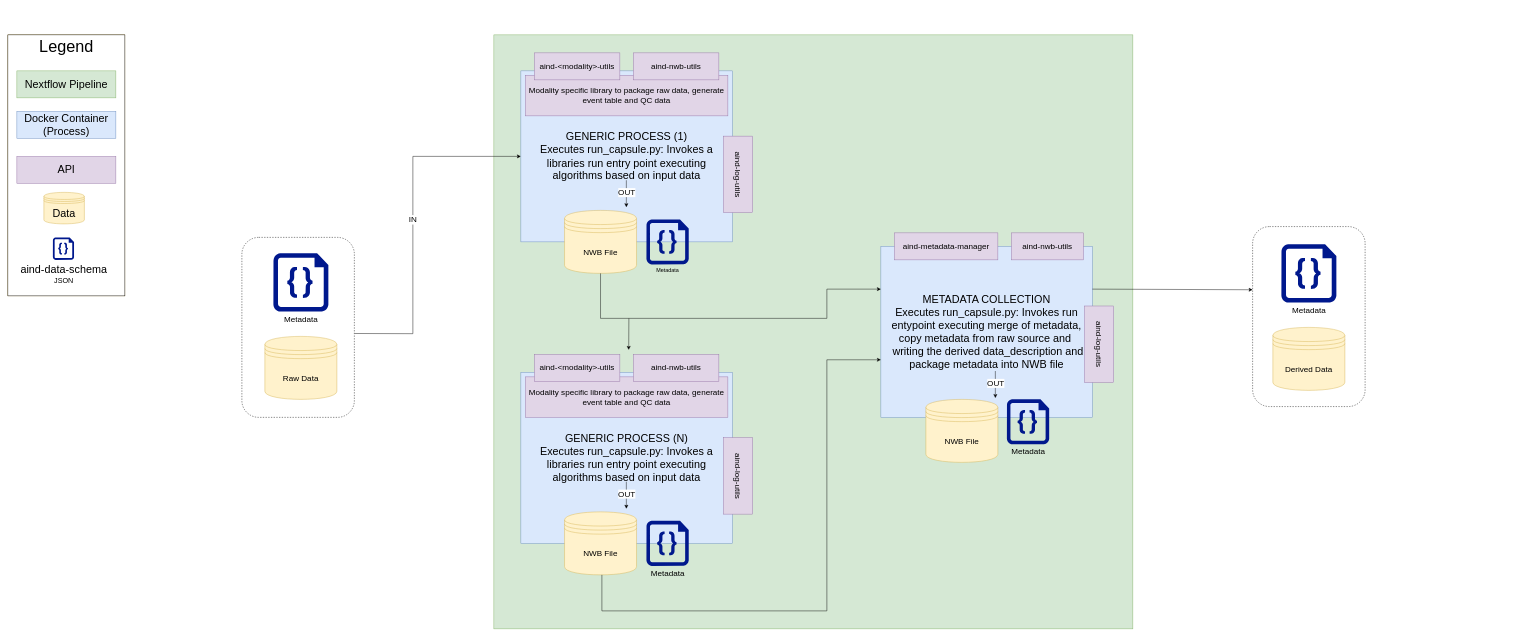
This is diagrams/mid_level/pipeline.drawio from AllenNeuralDynamics/aind-software-docs, a draw.io file, before an edit. Source tidied: cells renumbered, new cells numbered last; positions are measured from the earlier drawing's top-left corner, leaving out a move shared by most shapes. Both pictures are drawn from the tidied source at 45%, with x=0, y=0 at pixel (8, 35).
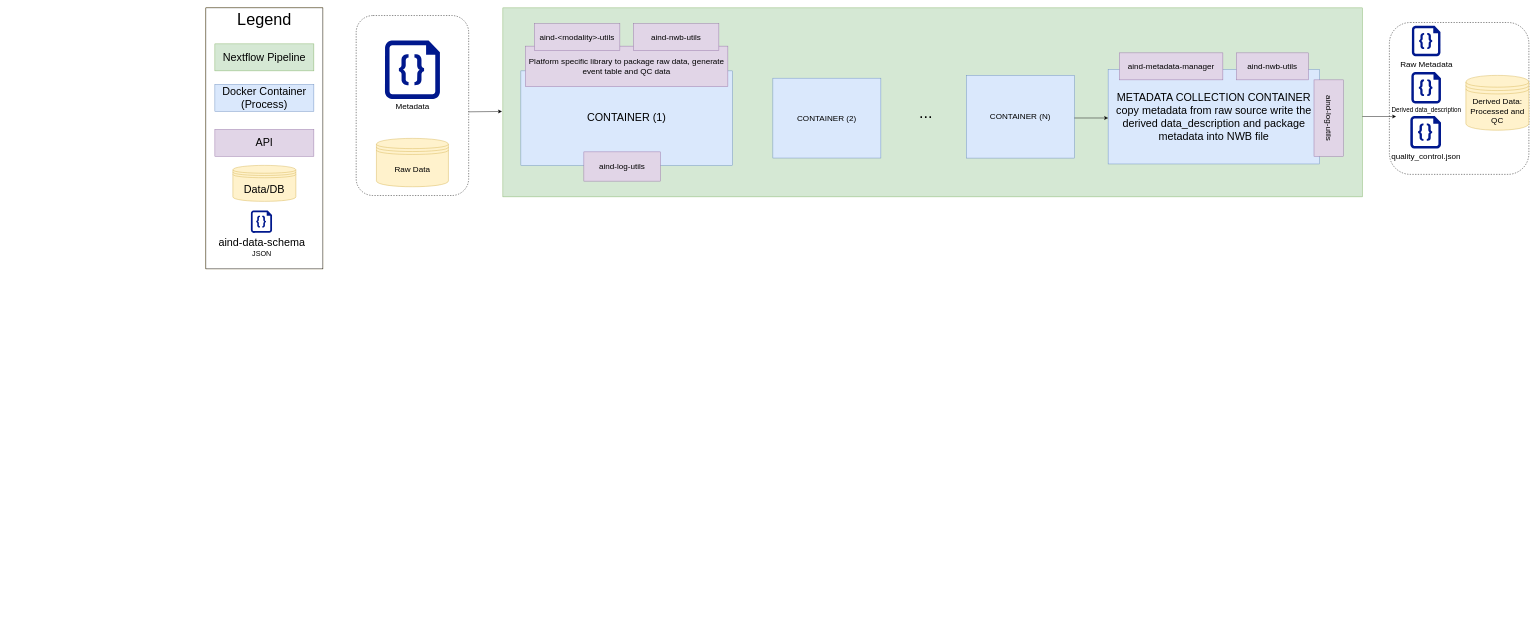
The same diagram, later.

Commit message (it also covers changes not shown here):
fix: outline metadata files and make pipeline linear

What changed in the source:
```diff
@@
+    <mxCell id="29" style="rounded=1;whiteSpace=wrap;html=1;fillColor=none;dashed=1;" parent="1" vertex="1">
+      <mxGeometry x="3070" y="-27.5" width="310" height="337.5" as="geometry" />
+    </mxCell>
     <mxCell id="2" style="rounded=0;whiteSpace=wrap;html=1;fillColor=#d5e8d4;strokeColor=#82b366;" parent="1" vertex="1">
-      <mxGeometry x="1080" width="1420" height="1320" as="geometry" />
+      <mxGeometry x="1100" y="-60" width="1910" height="420" as="geometry" />
     </mxCell>
-    <mxCell id="3" value="&lt;font style=&quot;font-size: 18px;&quot;&gt;IN&lt;/font&gt;" style="endArrow=classic;html=1;rounded=0;exitX=1.003;exitY=0.534;exitDx=0;exitDy=0;exitPerimeter=0;entryX=0;entryY=0.5;entryDx=0;entryDy=0;" parent="1" edge="1" source="26" target="5">
-      <mxGeometry relative="1" as="geometry">
-        <Array as="points">
-          <mxPoint x="900" y="664" />
-          <mxPoint x="900" y="270" />
-        </Array>
-      </mxGeometry>
-    </mxCell>
-    <mxCell id="4" style="group;" parent="1" vertex="1">
-      <mxGeometry x="1140" y="40" width="515" height="490" as="geometry" />
-    </mxCell>
-    <mxCell id="5" value="&lt;div&gt;&lt;font style=&quot;font-size: 24px;&quot;&gt;GENERIC PROCESS (1)&lt;/font&gt;&lt;/div&gt;&lt;font style=&quot;font-size: 24px;&quot;&gt;Executes run_capsule.py: Invokes a libraries run entry point executing algorithms based on input data&lt;/font&gt;" style="rounded=0;whiteSpace=wrap;html=1;fillColor=#dae8fc;strokeColor=#6c8ebf;" parent="4" vertex="1">
-      <mxGeometry y="40" width="470" height="380" as="geometry" />
-    </mxCell>
-    <mxCell id="6" value="&lt;font style=&quot;font-size: 18px;&quot;&gt;Modality specific library to package raw data, generate event table and QC data&lt;/font&gt;" style="rounded=0;whiteSpace=wrap;html=1;fillColor=#e1d5e7;strokeColor=#9673a6;" parent="4" vertex="1">
-      <mxGeometry x="10" y="50" width="450" height="90" as="geometry" />
-    </mxCell>
-    <mxCell id="7" value="&lt;font style=&quot;font-size: 18px;&quot;&gt;aind-nwb-utils&lt;/font&gt;" style="rounded=0;whiteSpace=wrap;html=1;fillColor=#e1d5e7;strokeColor=#9673a6;" parent="4" vertex="1">
-      <mxGeometry x="250" width="190" height="60" as="geometry" />
-    </mxCell>
-    <mxCell id="8" value="&lt;font style=&quot;font-size: 18px;&quot;&gt;aind-&amp;lt;modality&amp;gt;-utils&lt;/font&gt;" style="rounded=0;whiteSpace=wrap;html=1;fillColor=#e1d5e7;strokeColor=#9673a6;" parent="4" vertex="1">
-      <mxGeometry x="30" width="190" height="60" as="geometry" />
-    </mxCell>
-    <mxCell id="9" value="&lt;font style=&quot;font-size: 18px;&quot;&gt;NWB File&lt;/font&gt;" style="shape=datastore;whiteSpace=wrap;html=1;fillColor=#fff2cc;strokeColor=#d6b656;" parent="4" vertex="1">
-      <mxGeometry x="97" y="350" width="160" height="140" as="geometry" />
-    </mxCell>
-    <mxCell id="10" value="Metadata" style="sketch=0;shadow=0;dashed=0;html=1;strokeColor=none;labelPosition=center;verticalLabelPosition=bottom;verticalAlign=top;align=center;fillColor=#00188D;shape=mxgraph.azure.code_file;" parent="4" vertex="1">
-      <mxGeometry x="279" y="370" width="94" height="100" as="geometry" />
-    </mxCell>
-    <mxCell id="11" value="&lt;font style=&quot;font-size: 18px;&quot;&gt;aind-log-utils&lt;/font&gt;" style="rounded=0;whiteSpace=wrap;html=1;rotation=90;fillColor=#e1d5e7;strokeColor=#9673a6;" parent="4" vertex="1">
-      <mxGeometry x="397.5" y="237.5" width="170" height="65" as="geometry" />
-    </mxCell>
-    <mxCell id="12" style="endArrow=classic;html=1;rounded=0;" parent="4" edge="1">
-      <mxGeometry relative="1" as="geometry">
-        <mxPoint x="234.4" y="283" as="sourcePoint" />
-        <mxPoint x="234.4" y="343" as="targetPoint" />
-      </mxGeometry>
-    </mxCell>
-    <mxCell id="13" value="&lt;font style=&quot;font-size: 18px; background-color: rgb(255, 255, 255);&quot;&gt;OUT&lt;/font&gt;" style="edgeLabel;html=1;align=center;verticalAlign=middle;labelBackgroundColor=none;" parent="12" vertex="1">
-      <mxGeometry x="-0.09" relative="1" as="geometry" />
-    </mxCell>
-    <mxCell id="14" style="group;" parent="1" vertex="1">
-      <mxGeometry x="1140" y="710" width="515" height="490" as="geometry" />
-    </mxCell>
-    <mxCell id="15" value="&lt;div&gt;&lt;font style=&quot;font-size: 24px;&quot;&gt;GENERIC PROCESS (N)&lt;/font&gt;&lt;/div&gt;&lt;font style=&quot;font-size: 24px;&quot;&gt;Executes run_capsule.py: Invokes a libraries run entry point executing algorithms based on input data&lt;/font&gt;" style="rounded=0;whiteSpace=wrap;html=1;fillColor=#dae8fc;strokeColor=#6c8ebf;" parent="14" vertex="1">
-      <mxGeometry y="40" width="470" height="380" as="geometry" />
-    </mxCell>
-    <mxCell id="16" value="&lt;font style=&quot;font-size: 18px;&quot;&gt;Modality specific library to package raw data, generate event table and QC data&lt;/font&gt;" style="rounded=0;whiteSpace=wrap;html=1;fillColor=#e1d5e7;strokeColor=#9673a6;" parent="14" vertex="1">
-      <mxGeometry x="10" y="50" width="450" height="90" as="geometry" />
-    </mxCell>
-    <mxCell id="17" value="&lt;font style=&quot;font-size: 18px;&quot;&gt;aind-nwb-utils&lt;/font&gt;" style="rounded=0;whiteSpace=wrap;html=1;fillColor=#e1d5e7;strokeColor=#9673a6;" parent="14" vertex="1">
-      <mxGeometry x="250" width="190" height="60" as="geometry" />
-    </mxCell>
-    <mxCell id="18" value="&lt;font style=&quot;font-size: 18px;&quot;&gt;aind-&amp;lt;modality&amp;gt;-utils&lt;/font&gt;" style="rounded=0;whiteSpace=wrap;html=1;fillColor=#e1d5e7;strokeColor=#9673a6;" parent="14" vertex="1">
-      <mxGeometry x="30" width="190" height="60" as="geometry" />
-    </mxCell>
-    <mxCell id="19" value="&lt;font style=&quot;font-size: 18px;&quot;&gt;NWB File&lt;/font&gt;" style="shape=datastore;whiteSpace=wrap;html=1;fillColor=#fff2cc;strokeColor=#d6b656;" parent="14" vertex="1">
-      <mxGeometry x="97" y="350" width="160" height="140" as="geometry" />
-    </mxCell>
-    <mxCell id="20" value="&lt;font style=&quot;font-size: 18px;&quot;&gt;Metadata&lt;/font&gt;" style="sketch=0;shadow=0;dashed=0;html=1;strokeColor=none;labelPosition=center;verticalLabelPosition=bottom;verticalAlign=top;align=center;fillColor=#00188D;shape=mxgraph.azure.code_file;" parent="14" vertex="1">
-      <mxGeometry x="279" y="370" width="94" height="100" as="geometry" />
-    </mxCell>
-    <mxCell id="21" value="&lt;font style=&quot;font-size: 18px;&quot;&gt;aind-log-utils&lt;/font&gt;" style="rounded=0;whiteSpace=wrap;html=1;rotation=90;fillColor=#e1d5e7;strokeColor=#9673a6;" parent="14" vertex="1">
-      <mxGeometry x="397.5" y="237.5" width="170" height="65" as="geometry" />
-    </mxCell>
-    <mxCell id="22" style="endArrow=classic;html=1;rounded=0;" parent="14" edge="1">
-      <mxGeometry relative="1" as="geometry">
-        <mxPoint x="234.4" y="283" as="sourcePoint" />
-        <mxPoint x="234.4" y="343" as="targetPoint" />
-      </mxGeometry>
-    </mxCell>
-    <mxCell id="23" value="&lt;font style=&quot;font-size: 18px; background-color: rgb(255, 255, 255);&quot;&gt;OUT&lt;/font&gt;" style="edgeLabel;html=1;align=center;verticalAlign=middle;labelBackgroundColor=none;" parent="22" vertex="1">
-      <mxGeometry x="-0.09" relative="1" as="geometry" />
-    </mxCell>
     <mxCell id="24" value="&lt;font style=&quot;font-size: 18px;&quot;&gt;Metadata&lt;/font&gt;" style="sketch=0;shadow=0;dashed=0;html=1;strokeColor=none;labelPosition=center;verticalLabelPosition=bottom;verticalAlign=top;align=center;fillColor=#00188D;shape=mxgraph.azure.code_file;" parent="1" vertex="1">
-      <mxGeometry x="590" y="485" width="122.2" height="130" as="geometry" />
+      <mxGeometry x="837.9" y="12.5" width="122.2" height="130" as="geometry" />
     </mxCell>
     <mxCell id="25" value="&lt;font style=&quot;font-size: 18px;&quot;&gt;Raw Data&lt;/font&gt;" style="shape=datastore;whiteSpace=wrap;html=1;fillColor=#fff2cc;strokeColor=#d6b656;" parent="1" vertex="1">
-      <mxGeometry x="571.1" y="670" width="160" height="140" as="geometry" />
+      <mxGeometry x="819" y="230" width="160" height="107.5" as="geometry" />
     </mxCell>
     <mxCell id="26" style="rounded=1;whiteSpace=wrap;html=1;fillColor=none;dashed=1;" parent="1" vertex="1">
-      <mxGeometry x="520" y="450" width="250" height="400" as="geometry" />
+      <mxGeometry x="774" y="-43" width="250" height="400" as="geometry" />
     </mxCell>
-    <mxCell id="27" value="&lt;font style=&quot;font-size: 18px;&quot;&gt;Metadata&lt;/font&gt;" style="sketch=0;shadow=0;dashed=0;html=1;strokeColor=none;labelPosition=center;verticalLabelPosition=bottom;verticalAlign=top;align=center;fillColor=#00188D;shape=mxgraph.azure.code_file;" parent="1" vertex="1">
-      <mxGeometry x="2830" y="465" width="122.2" height="130" as="geometry" />
+    <mxCell id="27" value="&lt;font style=&quot;font-size: 18px;&quot;&gt;Raw Metadata&lt;/font&gt;" style="sketch=0;shadow=0;dashed=0;html=1;strokeColor=none;labelPosition=center;verticalLabelPosition=bottom;verticalAlign=top;align=center;fillColor=#00188D;shape=mxgraph.azure.code_file;" parent="1" vertex="1">
+      <mxGeometry x="3120" y="-20" width="63.5" height="67.5" as="geometry" />
     </mxCell>
-    <mxCell id="28" value="&lt;font style=&quot;font-size: 18px;&quot;&gt;Derived Data&lt;/font&gt;" style="shape=datastore;whiteSpace=wrap;html=1;fillColor=#fff2cc;strokeColor=#d6b656;" parent="1" vertex="1">
-      <mxGeometry x="2811.1" y="650" width="160" height="140" as="geometry" />
+    <mxCell id="28" value="&lt;font style=&quot;font-size: 18px;&quot;&gt;Derived Data: Processed and QC&lt;/font&gt;" style="shape=datastore;whiteSpace=wrap;html=1;fillColor=#fff2cc;strokeColor=#d6b656;" parent="1" vertex="1">
+      <mxGeometry x="3240" y="90" width="140" height="121.9" as="geometry" />
     </mxCell>
-    <mxCell id="29" style="rounded=1;whiteSpace=wrap;html=1;fillColor=none;dashed=1;" parent="1" vertex="1">
-      <mxGeometry x="2766.1" y="426" width="250" height="400" as="geometry" />
-    </mxCell>
-    <mxCell id="30" value="&lt;span style=&quot;font-size: 24px;&quot;&gt;METADATA COLLECTION&lt;/span&gt;&lt;br&gt;&lt;div&gt;&lt;font style=&quot;font-size: 24px;&quot;&gt;Executes run_capsule.py: Invokes run entypoint executing merge of metadata, copy metadata from raw source and&amp;nbsp; &amp;nbsp;writing the derived data_description and package metadata into NWB file&lt;/font&gt;&lt;/div&gt;" style="rounded=0;whiteSpace=wrap;html=1;fillColor=#dae8fc;strokeColor=#6c8ebf;" parent="1" vertex="1">
-      <mxGeometry x="1940" y="470" width="470" height="380" as="geometry" />
+    <mxCell id="30" value="&lt;span style=&quot;font-size: 24px;&quot;&gt;METADATA COLLECTION CONTAINER&lt;/span&gt;&lt;br&gt;&lt;div&gt;&lt;font style=&quot;font-size: 24px;&quot;&gt;copy metadata from raw source write the derived data_description and package metadata into NWB file&lt;/font&gt;&lt;/div&gt;" style="rounded=0;whiteSpace=wrap;html=1;fillColor=#dae8fc;strokeColor=#6c8ebf;" parent="1" vertex="1">
+      <mxGeometry x="2445" y="76.9" width="470" height="210" as="geometry" />
     </mxCell>
     <mxCell id="31" value="&lt;font style=&quot;font-size: 18px;&quot;&gt;aind-metadata-manager&lt;/font&gt;" style="rounded=0;whiteSpace=wrap;html=1;fillColor=#e1d5e7;strokeColor=#9673a6;" parent="1" vertex="1">
-      <mxGeometry x="1970" y="440" width="230" height="60" as="geometry" />
+      <mxGeometry x="2470" y="40" width="230" height="60" as="geometry" />
     </mxCell>
     <mxCell id="32" value="&lt;font style=&quot;font-size: 18px;&quot;&gt;aind-log-utils&lt;/font&gt;" style="rounded=0;whiteSpace=wrap;html=1;rotation=90;fillColor=#e1d5e7;strokeColor=#9673a6;" parent="1" vertex="1">
-      <mxGeometry x="2340" y="655" width="170" height="65" as="geometry" />
+      <mxGeometry x="2850" y="152.5" width="170" height="65" as="geometry" />
     </mxCell>
-    <mxCell id="33" style="endArrow=classic;html=1;rounded=0;" parent="1" edge="1">
-      <mxGeometry relative="1" as="geometry">
-        <mxPoint x="2194.4" y="747" as="sourcePoint" />
-        <mxPoint x="2194.4" y="807" as="targetPoint" />
-      </mxGeometry>
-    </mxCell>
-    <mxCell id="34" value="&lt;font style=&quot;font-size: 18px; background-color: rgb(255, 255, 255);&quot;&gt;OUT&lt;/font&gt;" style="edgeLabel;html=1;align=center;verticalAlign=middle;labelBackgroundColor=none;" parent="33" vertex="1">
-      <mxGeometry x="-0.09" relative="1" as="geometry" />
-    </mxCell>
-    <mxCell id="35" value="&lt;font style=&quot;font-size: 18px;&quot;&gt;Metadata&lt;/font&gt;" style="sketch=0;shadow=0;dashed=0;html=1;strokeColor=none;labelPosition=center;verticalLabelPosition=bottom;verticalAlign=top;align=center;fillColor=#00188D;shape=mxgraph.azure.code_file;" parent="1" vertex="1">
-      <mxGeometry x="2220" y="810" width="94" height="100" as="geometry" />
-    </mxCell>
     <mxCell id="36" value="&lt;font style=&quot;font-size: 18px;&quot;&gt;aind-nwb-utils&lt;/font&gt;" style="rounded=0;whiteSpace=wrap;html=1;fillColor=#e1d5e7;strokeColor=#9673a6;" parent="1" vertex="1">
-      <mxGeometry x="2230" y="440" width="160" height="60" as="geometry" />
+      <mxGeometry x="2730" y="40" width="160" height="60" as="geometry" />
     </mxCell>
-    <mxCell id="37" value="&lt;font style=&quot;font-size: 18px;&quot;&gt;NWB File&lt;/font&gt;" style="shape=datastore;whiteSpace=wrap;html=1;fillColor=#fff2cc;strokeColor=#d6b656;" parent="1" vertex="1">
-      <mxGeometry x="2040" y="810" width="160" height="140" as="geometry" />
-    </mxCell>
-    <mxCell id="38" style="endArrow=classic;html=1;rounded=0;exitX=0.5;exitY=1;exitDx=0;exitDy=0;entryX=0;entryY=0.25;entryDx=0;entryDy=0;" parent="1" edge="1" source="9" target="30">
-      <mxGeometry relative="1" as="geometry">
-        <Array as="points">
-          <mxPoint x="1317" y="630" />
-          <mxPoint x="1820" y="630" />
-          <mxPoint x="1820" y="565" />
-        </Array>
-      </mxGeometry>
-    </mxCell>
-    <mxCell id="39" style="endArrow=classic;html=1;rounded=0;" parent="1" edge="1">
-      <mxGeometry relative="1" as="geometry">
-        <mxPoint x="1320" y="1200" as="sourcePoint" />
-        <mxPoint x="1940" y="722" as="targetPoint" />
-        <Array as="points">
-          <mxPoint x="1320" y="1280" />
-          <mxPoint x="1820" y="1280" />
-          <mxPoint x="1820" y="722" />
-        </Array>
-      </mxGeometry>
-    </mxCell>
-    <mxCell id="40" style="endArrow=classic;html=1;rounded=0;entryX=0.211;entryY=0.553;entryDx=0;entryDy=0;entryPerimeter=0;" parent="1" edge="1">
-      <mxGeometry relative="1" as="geometry">
-        <mxPoint x="1380" y="630" as="sourcePoint" />
-        <mxPoint x="1379.6" y="700" as="targetPoint" />
-      </mxGeometry>
-    </mxCell>
-    <mxCell id="41" style="endArrow=classic;html=1;rounded=0;exitX=1;exitY=0.25;exitDx=0;exitDy=0;entryX=0;entryY=0.351;entryDx=0;entryDy=0;entryPerimeter=0;" parent="1" edge="1" source="30" target="29">
-      <mxGeometry relative="1" as="geometry" />
-    </mxCell>
     <mxCell id="42" style="group;fillColor=#fff2cc;strokeColor=#d6b656;" parent="1" vertex="1">
-      <mxGeometry width="260" height="580" as="geometry" />
+      <mxGeometry x="440" y="-60" width="260" height="580" as="geometry" />
     </mxCell>
@@
-    <mxCell id="48" value="&lt;font style=&quot;font-size: 24px;&quot;&gt;Data&lt;/font&gt;" style="shape=datastore;whiteSpace=wrap;html=1;fillColor=#fff2cc;strokeColor=#d6b656;" parent="42" vertex="1">
-      <mxGeometry x="80" y="350" width="90" height="70" as="geometry" />
+    <mxCell id="48" value="&lt;font style=&quot;font-size: 24px;&quot;&gt;Data/DB&lt;/font&gt;" style="shape=datastore;whiteSpace=wrap;html=1;fillColor=#fff2cc;strokeColor=#d6b656;" parent="42" vertex="1">
+      <mxGeometry x="60" y="350" width="140" height="80" as="geometry" />
     </mxCell>
@@
+    <mxCell id="50" value="&lt;font style=&quot;font-size: 18px;&quot;&gt;CONTAINER (2)&lt;/font&gt;" style="rounded=0;whiteSpace=wrap;html=1;fillColor=#dae8fc;strokeColor=#6c8ebf;" parent="1" vertex="1">
+      <mxGeometry x="1700" y="96.2" width="240" height="177.5" as="geometry" />
+    </mxCell>
+    <mxCell id="51" value="&lt;font style=&quot;font-size: 18px;&quot;&gt;CONTAINER (N)&lt;/font&gt;" style="rounded=0;whiteSpace=wrap;html=1;fillColor=#dae8fc;strokeColor=#6c8ebf;" parent="1" vertex="1">
+      <mxGeometry x="2130" y="90" width="240" height="183.8" as="geometry" />
+    </mxCell>
+    <mxCell id="5" value="&lt;div&gt;&lt;span style=&quot;font-size: 24px;&quot;&gt;CONTAINER (1)&lt;/span&gt;&lt;/div&gt;" style="rounded=0;whiteSpace=wrap;html=1;fillColor=#dae8fc;strokeColor=#6c8ebf;" parent="1" vertex="1">
+      <mxGeometry x="1140" y="80" width="470" height="210" as="geometry" />
+    </mxCell>
+    <mxCell id="6" value="&lt;font style=&quot;font-size: 18px;&quot;&gt;Platform specific library to package raw data, generate event table and QC data&lt;/font&gt;" style="rounded=0;whiteSpace=wrap;html=1;fillColor=#e1d5e7;strokeColor=#9673a6;" parent="1" vertex="1">
+      <mxGeometry x="1150" y="25" width="450" height="90" as="geometry" />
+    </mxCell>
+    <mxCell id="7" value="&lt;font style=&quot;font-size: 18px;&quot;&gt;aind-nwb-utils&lt;/font&gt;" style="rounded=0;whiteSpace=wrap;html=1;fillColor=#e1d5e7;strokeColor=#9673a6;" parent="1" vertex="1">
+      <mxGeometry x="1390" y="-25" width="190" height="60" as="geometry" />
+    </mxCell>
+    <mxCell id="8" value="&lt;font style=&quot;font-size: 18px;&quot;&gt;aind-&amp;lt;modality&amp;gt;-utils&lt;/font&gt;" style="rounded=0;whiteSpace=wrap;html=1;fillColor=#e1d5e7;strokeColor=#9673a6;" parent="1" vertex="1">
+      <mxGeometry x="1170" y="-25" width="190" height="60" as="geometry" />
+    </mxCell>
+    <mxCell id="11" value="&lt;font style=&quot;font-size: 18px;&quot;&gt;aind-log-utils&lt;/font&gt;" style="rounded=0;whiteSpace=wrap;html=1;rotation=0;fillColor=#e1d5e7;strokeColor=#9673a6;" parent="1" vertex="1">
+      <mxGeometry x="1280" y="260" width="170" height="65" as="geometry" />
+    </mxCell>
+    <mxCell id="52" value="&lt;font style=&quot;font-size: 36px;&quot;&gt;...&lt;/font&gt;" style="text;html=1;whiteSpace=wrap;strokeColor=none;fillColor=none;align=center;verticalAlign=middle;rounded=0;" parent="1" vertex="1">
+      <mxGeometry x="1980" y="157.5" width="120" height="30" as="geometry" />
+    </mxCell>
+    <mxCell id="53" style="endArrow=classic;html=1;rounded=0;entryX=0;entryY=0.5;entryDx=0;entryDy=0;exitX=0.25;exitY=0;exitDx=0;exitDy=0;" parent="1" edge="1">
+      <mxGeometry relative="1" as="geometry">
+        <mxPoint x="2370" y="184.7" as="sourcePoint" />
+        <mxPoint x="2445" y="184.7" as="targetPoint" />
+      </mxGeometry>
+    </mxCell>
+    <mxCell id="54" style="endArrow=classic;html=1;rounded=0;exitX=0.999;exitY=0.535;exitDx=0;exitDy=0;exitPerimeter=0;entryX=-0.001;entryY=0.548;entryDx=0;entryDy=0;entryPerimeter=0;" parent="1" edge="1" source="26" target="2">
+      <mxGeometry relative="1" as="geometry" />
+    </mxCell>
+    <mxCell id="55" style="endArrow=classic;html=1;rounded=0;entryX=0;entryY=0.5;entryDx=0;entryDy=0;exitX=0.25;exitY=0;exitDx=0;exitDy=0;" parent="1" edge="1">
+      <mxGeometry relative="1" as="geometry">
+        <mxPoint x="3010" y="181.4" as="sourcePoint" />
+        <mxPoint x="3085" y="181.4" as="targetPoint" />
+      </mxGeometry>
+    </mxCell>
+    <mxCell id="56" value="&lt;font style=&quot;font-size: 14px;&quot;&gt;Derived data_description&lt;/font&gt;" style="sketch=0;shadow=0;dashed=0;html=1;strokeColor=none;labelPosition=center;verticalLabelPosition=bottom;verticalAlign=top;align=center;fillColor=#00188D;shape=mxgraph.azure.code_file;" parent="1" vertex="1">
+      <mxGeometry x="3118.8" y="82.5" width="65.8" height="70" as="geometry" />
+    </mxCell>
+    <mxCell id="57" value="&lt;font style=&quot;font-size: 18px;&quot;&gt;quality_control.json&lt;/font&gt;" style="sketch=0;shadow=0;dashed=0;html=1;strokeColor=none;labelPosition=center;verticalLabelPosition=bottom;verticalAlign=top;align=center;fillColor=#00188D;shape=mxgraph.azure.code_file;" parent="1" vertex="1">
+      <mxGeometry x="3116.5" y="180" width="68.2" height="72.5" as="geometry" />
+    </mxCell>
```
